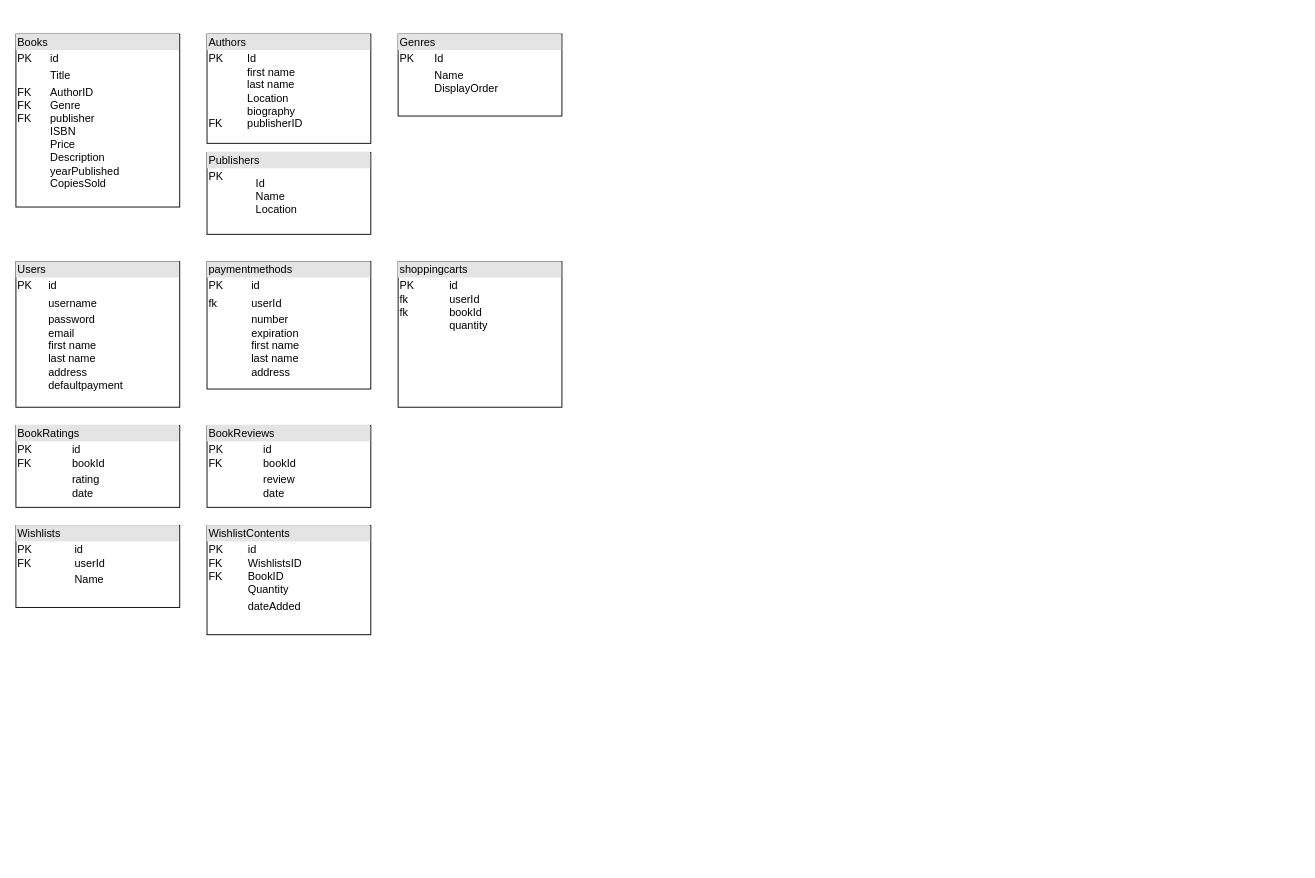
This is Database Schema.drawio from diegomfg/cen-bookapi, a draw.io file, before an edit. Source tidied: cells renumbered, new cells numbered last; positions are measured from the earlier drawing's top-left corner, leaving out a move shared by most shapes. Both pictures are drawn from the tidied source at 91%, with x=0, y=0 at pixel (15, 34).
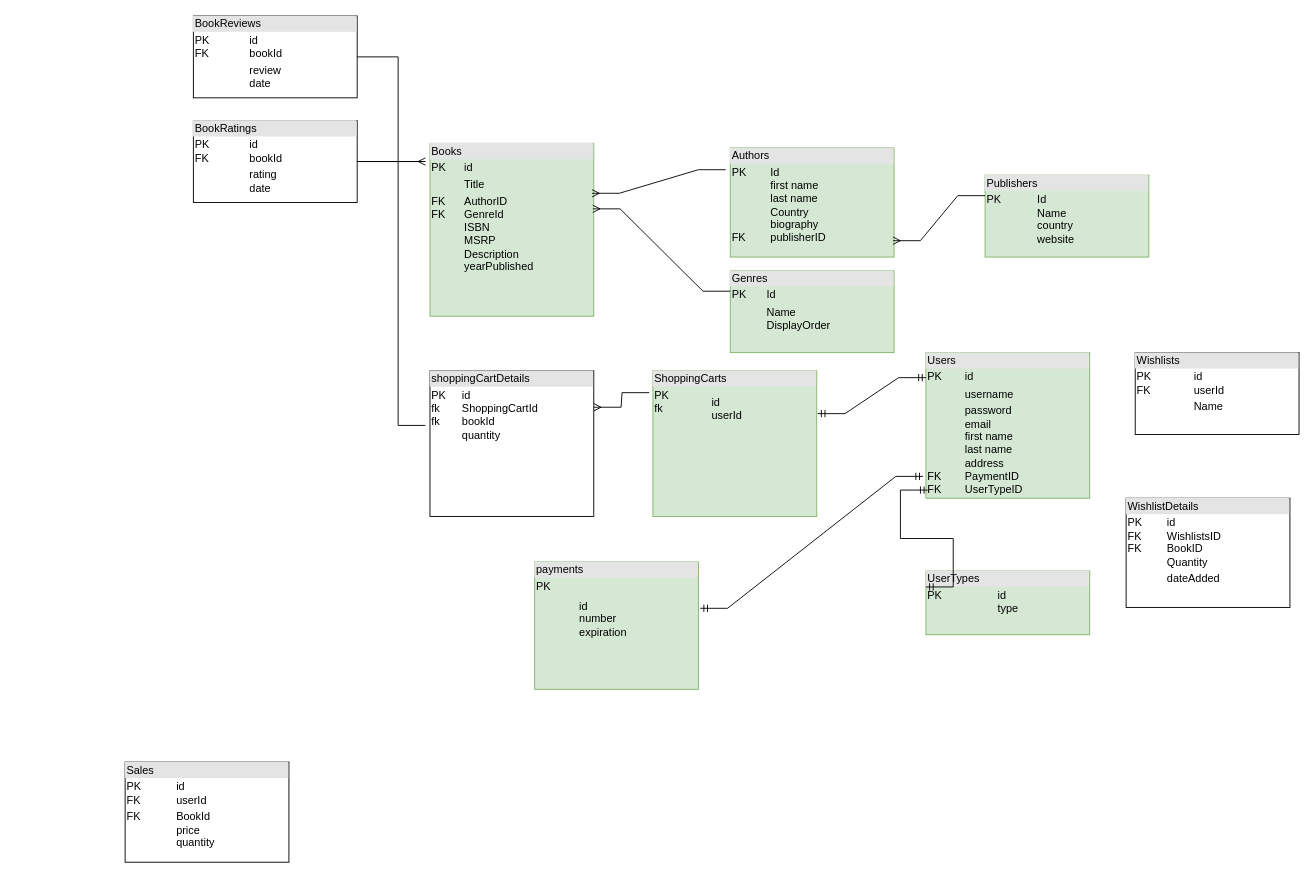
The same diagram, later.

The edit, as a diff of the source:
```diff
@@
-    <mxCell id="2" value="&lt;div style=&quot;box-sizing:border-box;width:100%;background:#e4e4e4;padding:2px;&quot;&gt;Books&lt;/div&gt;&lt;table style=&quot;width:100%;font-size:1em;&quot; cellpadding=&quot;2&quot; cellspacing=&quot;0&quot;&gt;&lt;tbody&gt;&lt;tr&gt;&lt;td&gt;PK&lt;/td&gt;&lt;td&gt;id&lt;/td&gt;&lt;/tr&gt;&lt;tr&gt;&lt;td&gt;&lt;br&gt;&lt;/td&gt;&lt;td&gt;Title&lt;/td&gt;&lt;/tr&gt;&lt;tr&gt;&lt;td&gt;FK&lt;br&gt;FK&lt;br&gt;FK&lt;br&gt;&lt;br&gt;&lt;br&gt;&lt;br&gt;&lt;br&gt;&lt;br&gt;&lt;br&gt;&lt;/td&gt;&lt;td&gt;AuthorID&lt;br&gt;Genre&lt;br&gt;publisher&lt;br&gt;ISBN&lt;br&gt;Price&lt;br&gt;Description&lt;br&gt;yearPublished&lt;br&gt;CopiesSold&lt;br&gt;&lt;br&gt;&lt;/td&gt;&lt;/tr&gt;&lt;/tbody&gt;&lt;/table&gt;" style="verticalAlign=top;align=left;overflow=fill;html=1;whiteSpace=wrap;" parent="1" vertex="1">
-      <mxGeometry width="180" height="190" as="geometry" />
+    <mxCell id="2" value="&lt;div style=&quot;box-sizing:border-box;width:100%;background:#e4e4e4;padding:2px;&quot;&gt;Books&lt;/div&gt;&lt;table style=&quot;width:100%;font-size:1em;&quot; cellpadding=&quot;2&quot; cellspacing=&quot;0&quot;&gt;&lt;tbody&gt;&lt;tr&gt;&lt;td&gt;PK&lt;/td&gt;&lt;td&gt;id&lt;/td&gt;&lt;/tr&gt;&lt;tr&gt;&lt;td&gt;&lt;br&gt;&lt;/td&gt;&lt;td&gt;Title&lt;/td&gt;&lt;/tr&gt;&lt;tr&gt;&lt;td&gt;FK&lt;br&gt;FK&lt;br&gt;&lt;br&gt;&lt;br&gt;&lt;br&gt;&lt;br&gt;&lt;br&gt;&lt;/td&gt;&lt;td&gt;AuthorID&lt;br&gt;GenreId&lt;br&gt;ISBN&lt;br&gt;MSRP&lt;br&gt;Description&lt;br&gt;yearPublished&lt;br&gt;&lt;br&gt;&lt;/td&gt;&lt;/tr&gt;&lt;/tbody&gt;&lt;/table&gt;" style="verticalAlign=top;align=left;overflow=fill;html=1;whiteSpace=wrap;fillColor=#d5e8d4;strokeColor=#82b366;" parent="1" vertex="1">
+      <mxGeometry x="455" y="120" width="180" height="190" as="geometry" />
     </mxCell>
-    <mxCell id="3" value="&lt;div style=&quot;box-sizing:border-box;width:100%;background:#e4e4e4;padding:2px;&quot;&gt;Authors&lt;/div&gt;&lt;table style=&quot;width:100%;font-size:1em;&quot; cellpadding=&quot;2&quot; cellspacing=&quot;0&quot;&gt;&lt;tbody&gt;&lt;tr&gt;&lt;td&gt;PK&lt;br&gt;&lt;br&gt;&lt;br&gt;&lt;br&gt;&lt;br&gt;FK&lt;/td&gt;&lt;td&gt;Id&lt;br&gt;first name&lt;br&gt;last name&lt;br&gt;Location&lt;br&gt;biography&lt;br&gt;publisherID&lt;/td&gt;&lt;/tr&gt;&lt;tr&gt;&lt;td&gt;&lt;br&gt;&lt;/td&gt;&lt;td&gt;&lt;/td&gt;&lt;/tr&gt;&lt;/tbody&gt;&lt;/table&gt;" style="verticalAlign=top;align=left;overflow=fill;html=1;whiteSpace=wrap;" parent="1" vertex="1">
-      <mxGeometry x="210" width="180" height="120" as="geometry" />
+    <mxCell id="3" value="&lt;div style=&quot;box-sizing:border-box;width:100%;background:#e4e4e4;padding:2px;&quot;&gt;Authors&lt;/div&gt;&lt;table style=&quot;width:100%;font-size:1em;&quot; cellpadding=&quot;2&quot; cellspacing=&quot;0&quot;&gt;&lt;tbody&gt;&lt;tr&gt;&lt;td&gt;PK&lt;br&gt;&lt;br&gt;&lt;br&gt;&lt;br&gt;&lt;br&gt;FK&lt;/td&gt;&lt;td&gt;Id&lt;br&gt;first name&lt;br&gt;last name&lt;br&gt;Country&lt;br&gt;biography&lt;br&gt;publisherID&lt;/td&gt;&lt;/tr&gt;&lt;tr&gt;&lt;td&gt;&lt;br&gt;&lt;/td&gt;&lt;td&gt;&lt;/td&gt;&lt;/tr&gt;&lt;/tbody&gt;&lt;/table&gt;" style="verticalAlign=top;align=left;overflow=fill;html=1;whiteSpace=wrap;fillColor=#d5e8d4;strokeColor=#82b366;" parent="1" vertex="1">
+      <mxGeometry x="785" y="125" width="180" height="120" as="geometry" />
     </mxCell>
-    <mxCell id="4" value="&lt;div style=&quot;box-sizing:border-box;width:100%;background:#e4e4e4;padding:2px;&quot;&gt;Genres&lt;/div&gt;&lt;table style=&quot;width:100%;font-size:1em;&quot; cellpadding=&quot;2&quot; cellspacing=&quot;0&quot;&gt;&lt;tbody&gt;&lt;tr&gt;&lt;td&gt;PK&lt;/td&gt;&lt;td&gt;Id&lt;/td&gt;&lt;/tr&gt;&lt;tr&gt;&lt;td&gt;&lt;br&gt;&lt;/td&gt;&lt;td&gt;Name&lt;br&gt;DisplayOrder&lt;/td&gt;&lt;/tr&gt;&lt;/tbody&gt;&lt;/table&gt;" style="verticalAlign=top;align=left;overflow=fill;html=1;whiteSpace=wrap;" parent="1" vertex="1">
-      <mxGeometry x="420" width="180" height="90" as="geometry" />
+    <mxCell id="4" value="&lt;div style=&quot;box-sizing:border-box;width:100%;background:#e4e4e4;padding:2px;&quot;&gt;Genres&lt;/div&gt;&lt;table style=&quot;width:100%;font-size:1em;&quot; cellpadding=&quot;2&quot; cellspacing=&quot;0&quot;&gt;&lt;tbody&gt;&lt;tr&gt;&lt;td&gt;PK&lt;/td&gt;&lt;td&gt;Id&lt;/td&gt;&lt;/tr&gt;&lt;tr&gt;&lt;td&gt;&lt;br&gt;&lt;/td&gt;&lt;td&gt;Name&lt;br&gt;DisplayOrder&lt;/td&gt;&lt;/tr&gt;&lt;/tbody&gt;&lt;/table&gt;" style="verticalAlign=top;align=left;overflow=fill;html=1;whiteSpace=wrap;fillColor=#d5e8d4;strokeColor=#82b366;" parent="1" vertex="1">
+      <mxGeometry x="785" y="260" width="180" height="90" as="geometry" />
     </mxCell>
-    <mxCell id="5" value="&lt;div style=&quot;box-sizing:border-box;width:100%;background:#e4e4e4;padding:2px;&quot;&gt;Publishers&lt;/div&gt;&lt;table style=&quot;width:100%;font-size:1em;&quot; cellpadding=&quot;2&quot; cellspacing=&quot;0&quot;&gt;&lt;tbody&gt;&lt;tr&gt;&lt;td&gt;PK&lt;br&gt;&lt;br&gt;&lt;br&gt;&lt;br&gt;&lt;/td&gt;&lt;td&gt;Id&lt;br&gt;Name&lt;br&gt;Location&lt;/td&gt;&lt;/tr&gt;&lt;tr&gt;&lt;td&gt;&lt;br&gt;&lt;/td&gt;&lt;td&gt;&lt;/td&gt;&lt;/tr&gt;&lt;/tbody&gt;&lt;/table&gt;" style="verticalAlign=top;align=left;overflow=fill;html=1;whiteSpace=wrap;" parent="1" vertex="1">
-      <mxGeometry x="210" y="130" width="180" height="90" as="geometry" />
+    <mxCell id="5" value="&lt;div style=&quot;box-sizing:border-box;width:100%;background:#e4e4e4;padding:2px;&quot;&gt;Publishers&lt;/div&gt;&lt;table style=&quot;width:100%;font-size:1em;&quot; cellpadding=&quot;2&quot; cellspacing=&quot;0&quot;&gt;&lt;tbody&gt;&lt;tr&gt;&lt;td&gt;PK&lt;br&gt;&lt;br&gt;&lt;br&gt;&lt;br&gt;&lt;/td&gt;&lt;td&gt;Id&lt;br&gt;Name&lt;br&gt;country&lt;br&gt;website&lt;/td&gt;&lt;/tr&gt;&lt;tr&gt;&lt;td&gt;&lt;br&gt;&lt;/td&gt;&lt;td&gt;&lt;/td&gt;&lt;/tr&gt;&lt;/tbody&gt;&lt;/table&gt;" style="verticalAlign=top;align=left;overflow=fill;html=1;whiteSpace=wrap;fillColor=#d5e8d4;strokeColor=#82b366;" parent="1" vertex="1">
+      <mxGeometry x="1065" y="155" width="180" height="90" as="geometry" />
     </mxCell>
-    <mxCell id="6" value="&lt;div style=&quot;box-sizing:border-box;width:100%;background:#e4e4e4;padding:2px;&quot;&gt;Users&lt;/div&gt;&lt;table style=&quot;width:100%;font-size:1em;&quot; cellpadding=&quot;2&quot; cellspacing=&quot;0&quot;&gt;&lt;tbody&gt;&lt;tr&gt;&lt;td&gt;PK&lt;/td&gt;&lt;td&gt;id&lt;/td&gt;&lt;/tr&gt;&lt;tr&gt;&lt;td&gt;&lt;br&gt;&lt;/td&gt;&lt;td&gt;username&lt;/td&gt;&lt;/tr&gt;&lt;tr&gt;&lt;td&gt;&lt;br&gt;&lt;br&gt;&lt;br&gt;&lt;br&gt;&lt;br&gt;&lt;/td&gt;&lt;td&gt;password&lt;br&gt;email&lt;br&gt;first name&lt;br&gt;last name&lt;br&gt;address&lt;br&gt;defaultpayment&lt;br&gt;&lt;br&gt;&lt;br&gt;&lt;/td&gt;&lt;/tr&gt;&lt;/tbody&gt;&lt;/table&gt;" style="verticalAlign=top;align=left;overflow=fill;html=1;whiteSpace=wrap;" parent="1" vertex="1">
-      <mxGeometry y="250" width="180" height="160" as="geometry" />
+    <mxCell id="6" value="&lt;div style=&quot;box-sizing:border-box;width:100%;background:#e4e4e4;padding:2px;&quot;&gt;Users&lt;/div&gt;&lt;table style=&quot;width:100%;font-size:1em;&quot; cellpadding=&quot;2&quot; cellspacing=&quot;0&quot;&gt;&lt;tbody&gt;&lt;tr&gt;&lt;td&gt;PK&lt;/td&gt;&lt;td&gt;id&lt;/td&gt;&lt;/tr&gt;&lt;tr&gt;&lt;td&gt;&lt;br&gt;&lt;/td&gt;&lt;td&gt;username&lt;/td&gt;&lt;/tr&gt;&lt;tr&gt;&lt;td&gt;&lt;br&gt;&lt;br&gt;&lt;br&gt;FK&lt;br&gt;FK&lt;/td&gt;&lt;td&gt;password&lt;br&gt;email&lt;br&gt;first name&lt;br&gt;last name&lt;br&gt;address&lt;br&gt;PaymentID&lt;br&gt;UserTypeID&lt;br&gt;&lt;br&gt;&lt;br&gt;&lt;/td&gt;&lt;/tr&gt;&lt;/tbody&gt;&lt;/table&gt;" style="verticalAlign=top;align=left;overflow=fill;html=1;whiteSpace=wrap;fillColor=#d5e8d4;strokeColor=#82b366;" parent="1" vertex="1">
+      <mxGeometry x="1000" y="350" width="180" height="160" as="geometry" />
     </mxCell>
-    <mxCell id="7" value="&lt;div style=&quot;box-sizing:border-box;width:100%;background:#e4e4e4;padding:2px;&quot;&gt;paymentmethods&lt;/div&gt;&lt;table style=&quot;width:100%;font-size:1em;&quot; cellpadding=&quot;2&quot; cellspacing=&quot;0&quot;&gt;&lt;tbody&gt;&lt;tr&gt;&lt;td&gt;PK&lt;/td&gt;&lt;td&gt;id&lt;/td&gt;&lt;/tr&gt;&lt;tr&gt;&lt;td&gt;fk&lt;/td&gt;&lt;td&gt;userId&lt;/td&gt;&lt;/tr&gt;&lt;tr&gt;&lt;td&gt;&lt;br&gt;&lt;br&gt;&lt;br&gt;&lt;br&gt;&lt;br&gt;&lt;/td&gt;&lt;td&gt;number&lt;br&gt;expiration&lt;br&gt;first name&lt;br&gt;last name&lt;br&gt;address&lt;br&gt;&lt;br&gt;&lt;/td&gt;&lt;/tr&gt;&lt;/tbody&gt;&lt;/table&gt;" style="verticalAlign=top;align=left;overflow=fill;html=1;whiteSpace=wrap;" parent="1" vertex="1">
-      <mxGeometry x="210" y="250" width="180" height="140" as="geometry" />
+    <mxCell id="7" value="&lt;div style=&quot;box-sizing:border-box;width:100%;background:#e4e4e4;padding:2px;&quot;&gt;payments&lt;/div&gt;&lt;table style=&quot;width:100%;font-size:1em;&quot; cellpadding=&quot;2&quot; cellspacing=&quot;0&quot;&gt;&lt;tbody&gt;&lt;tr&gt;&lt;td&gt;PK&lt;br&gt;&lt;br&gt;&lt;br&gt;&lt;br&gt;&lt;br&gt;&lt;br&gt;&lt;/td&gt;&lt;td&gt;id&lt;br&gt;number&lt;br style=&quot;--tw-translate-x: 0; --tw-translate-y: 0; --tw-rotate: 0; --tw-skew-x: 0; --tw-skew-y: 0; --tw-scale-x: 1; --tw-scale-y: 1; --tw-pan-x: ; --tw-pan-y: ; --tw-pinch-zoom: ; --tw-scroll-snap-strictness: proximity; --tw-ordinal: ; --tw-slashed-zero: ; --tw-numeric-figure: ; --tw-numeric-spacing: ; --tw-numeric-fraction: ; --tw-ring-inset: ; --tw-ring-offset-width: 0px; --tw-ring-offset-color: #fff; --tw-ring-color: rgb(59 130 246 / .5); --tw-ring-offset-shadow: 0 0 #0000; --tw-ring-shadow: 0 0 #0000; --tw-shadow: 0 0 #0000; --tw-shadow-colored: 0 0 #0000; --tw-blur: ; --tw-brightness: ; --tw-contrast: ; --tw-grayscale: ; --tw-hue-rotate: ; --tw-invert: ; --tw-saturate: ; --tw-sepia: ; --tw-drop-shadow: ; --tw-backdrop-blur: ; --tw-backdrop-brightness: ; --tw-backdrop-contrast: ; --tw-backdrop-grayscale: ; --tw-backdrop-hue-rotate: ; --tw-backdrop-invert: ; --tw-backdrop-opacity: ; --tw-backdrop-saturate: ; --tw-backdrop-sepia: ; border-color: var(--border-color);&quot;&gt;expiration&lt;br&gt;&lt;/td&gt;&lt;/tr&gt;&lt;tr&gt;&lt;td&gt;&lt;br&gt;&lt;/td&gt;&lt;td&gt;&lt;br&gt;&lt;/td&gt;&lt;/tr&gt;&lt;tr&gt;&lt;td&gt;&lt;br&gt;&lt;/td&gt;&lt;td&gt;&lt;br&gt;&lt;br&gt;&lt;/td&gt;&lt;/tr&gt;&lt;/tbody&gt;&lt;/table&gt;" style="verticalAlign=top;align=left;overflow=fill;html=1;whiteSpace=wrap;fillColor=#d5e8d4;strokeColor=#82b366;" parent="1" vertex="1">
+      <mxGeometry x="570" y="580" width="180" height="140" as="geometry" />
     </mxCell>
-    <mxCell id="8" value="&lt;div style=&quot;box-sizing:border-box;width:100%;background:#e4e4e4;padding:2px;&quot;&gt;shoppingcarts&lt;/div&gt;&lt;table style=&quot;width:100%;font-size:1em;&quot; cellpadding=&quot;2&quot; cellspacing=&quot;0&quot;&gt;&lt;tbody&gt;&lt;tr&gt;&lt;td&gt;PK&lt;br&gt;fk&lt;br&gt;fk&lt;br&gt;&lt;br&gt;&lt;/td&gt;&lt;td&gt;id&lt;br&gt;userId&lt;br&gt;bookId&lt;br&gt;quantity&lt;br&gt;&lt;/td&gt;&lt;/tr&gt;&lt;tr&gt;&lt;td&gt;&lt;br&gt;&lt;/td&gt;&lt;td&gt;&lt;/td&gt;&lt;/tr&gt;&lt;tr&gt;&lt;td&gt;&lt;/td&gt;&lt;td&gt;&lt;br&gt;&lt;br&gt;&lt;br&gt;&lt;/td&gt;&lt;/tr&gt;&lt;/tbody&gt;&lt;/table&gt;" style="verticalAlign=top;align=left;overflow=fill;html=1;whiteSpace=wrap;" parent="1" vertex="1">
-      <mxGeometry x="420" y="250" width="180" height="160" as="geometry" />
+    <mxCell id="8" value="&lt;div style=&quot;box-sizing:border-box;width:100%;background:#e4e4e4;padding:2px;&quot;&gt;ShoppingCarts&lt;/div&gt;&lt;table style=&quot;width:100%;font-size:1em;&quot; cellpadding=&quot;2&quot; cellspacing=&quot;0&quot;&gt;&lt;tbody&gt;&lt;tr&gt;&lt;td&gt;PK&lt;br&gt;fk&lt;br&gt;&lt;br&gt;&lt;/td&gt;&lt;td&gt;id&lt;br&gt;userId&lt;br&gt;&lt;/td&gt;&lt;/tr&gt;&lt;tr&gt;&lt;td&gt;&lt;br&gt;&lt;/td&gt;&lt;td&gt;&lt;/td&gt;&lt;/tr&gt;&lt;tr&gt;&lt;td&gt;&lt;/td&gt;&lt;td&gt;&lt;br&gt;&lt;br&gt;&lt;br&gt;&lt;/td&gt;&lt;/tr&gt;&lt;/tbody&gt;&lt;/table&gt;" style="verticalAlign=top;align=left;overflow=fill;html=1;whiteSpace=wrap;fillColor=#d5e8d4;strokeColor=#82b366;" parent="1" vertex="1">
+      <mxGeometry x="700" y="370" width="180" height="160" as="geometry" />
     </mxCell>
     <mxCell id="9" value="&lt;div style=&quot;box-sizing:border-box;width:100%;background:#e4e4e4;padding:2px;&quot;&gt;BookRatings&lt;/div&gt;&lt;table style=&quot;width:100%;font-size:1em;&quot; cellpadding=&quot;2&quot; cellspacing=&quot;0&quot;&gt;&lt;tbody&gt;&lt;tr&gt;&lt;td&gt;PK&lt;br&gt;FK&lt;/td&gt;&lt;td&gt;id&lt;br&gt;bookId&lt;/td&gt;&lt;/tr&gt;&lt;tr&gt;&lt;td&gt;&lt;br&gt;&lt;/td&gt;&lt;td&gt;rating&lt;br&gt;date&lt;/td&gt;&lt;/tr&gt;&lt;tr&gt;&lt;td&gt;&lt;/td&gt;&lt;td&gt;&lt;br&gt;&lt;br&gt;&lt;br&gt;&lt;/td&gt;&lt;/tr&gt;&lt;/tbody&gt;&lt;/table&gt;" style="verticalAlign=top;align=left;overflow=fill;html=1;whiteSpace=wrap;" parent="1" vertex="1">
-      <mxGeometry y="430" width="180" height="90" as="geometry" />
+      <mxGeometry x="195" y="95" width="180" height="90" as="geometry" />
     </mxCell>
     <mxCell id="10" value="&lt;div style=&quot;box-sizing:border-box;width:100%;background:#e4e4e4;padding:2px;&quot;&gt;BookReviews&lt;/div&gt;&lt;table style=&quot;width:100%;font-size:1em;&quot; cellpadding=&quot;2&quot; cellspacing=&quot;0&quot;&gt;&lt;tbody&gt;&lt;tr&gt;&lt;td&gt;PK&lt;br&gt;FK&lt;/td&gt;&lt;td&gt;id&lt;br&gt;bookId&lt;br&gt;&lt;/td&gt;&lt;/tr&gt;&lt;tr&gt;&lt;td&gt;&lt;br&gt;&lt;br&gt;&lt;/td&gt;&lt;td&gt;review&lt;br&gt;date&lt;/td&gt;&lt;/tr&gt;&lt;tr&gt;&lt;td&gt;&lt;/td&gt;&lt;td&gt;&lt;br&gt;&lt;br&gt;&lt;br&gt;&lt;/td&gt;&lt;/tr&gt;&lt;/tbody&gt;&lt;/table&gt;" style="verticalAlign=top;align=left;overflow=fill;html=1;whiteSpace=wrap;" parent="1" vertex="1">
-      <mxGeometry x="210" y="430" width="180" height="90" as="geometry" />
+      <mxGeometry x="195" y="-20" width="180" height="90" as="geometry" />
     </mxCell>
     <mxCell id="11" value="&lt;div style=&quot;box-sizing:border-box;width:100%;background:#e4e4e4;padding:2px;&quot;&gt;Wishlists&lt;/div&gt;&lt;table style=&quot;width:100%;font-size:1em;&quot; cellpadding=&quot;2&quot; cellspacing=&quot;0&quot;&gt;&lt;tbody&gt;&lt;tr&gt;&lt;td&gt;PK&lt;br&gt;FK&lt;/td&gt;&lt;td&gt;id&lt;br&gt;userId&lt;/td&gt;&lt;/tr&gt;&lt;tr&gt;&lt;td&gt;&lt;br&gt;&lt;/td&gt;&lt;td&gt;Name&lt;/td&gt;&lt;/tr&gt;&lt;tr&gt;&lt;td&gt;&lt;/td&gt;&lt;td&gt;&lt;br&gt;&lt;br&gt;&lt;br&gt;&lt;/td&gt;&lt;/tr&gt;&lt;/tbody&gt;&lt;/table&gt;" style="verticalAlign=top;align=left;overflow=fill;html=1;whiteSpace=wrap;" parent="1" vertex="1">
-      <mxGeometry y="540" width="180" height="90" as="geometry" />
+      <mxGeometry x="1230" y="350" width="180" height="90" as="geometry" />
     </mxCell>
-    <mxCell id="12" value="&lt;div style=&quot;box-sizing:border-box;width:100%;background:#e4e4e4;padding:2px;&quot;&gt;WishlistContents&lt;/div&gt;&lt;table style=&quot;width:100%;font-size:1em;&quot; cellpadding=&quot;2&quot; cellspacing=&quot;0&quot;&gt;&lt;tbody&gt;&lt;tr&gt;&lt;td&gt;PK&lt;br&gt;FK&lt;br&gt;FK&lt;br&gt;&lt;br&gt;&lt;/td&gt;&lt;td&gt;id&lt;br&gt;WishlistsID&lt;br&gt;BookID&lt;br&gt;Quantity&lt;/td&gt;&lt;/tr&gt;&lt;tr&gt;&lt;td&gt;&lt;br&gt;&lt;/td&gt;&lt;td&gt;dateAdded&lt;/td&gt;&lt;/tr&gt;&lt;tr&gt;&lt;td&gt;&lt;/td&gt;&lt;td&gt;&lt;br&gt;&lt;br&gt;&lt;br&gt;&lt;/td&gt;&lt;/tr&gt;&lt;/tbody&gt;&lt;/table&gt;" style="verticalAlign=top;align=left;overflow=fill;html=1;whiteSpace=wrap;" parent="1" vertex="1">
-      <mxGeometry x="210" y="540" width="180" height="120" as="geometry" />
+    <mxCell id="12" value="&lt;div style=&quot;box-sizing:border-box;width:100%;background:#e4e4e4;padding:2px;&quot;&gt;WishlistDetails&lt;/div&gt;&lt;table style=&quot;width:100%;font-size:1em;&quot; cellpadding=&quot;2&quot; cellspacing=&quot;0&quot;&gt;&lt;tbody&gt;&lt;tr&gt;&lt;td&gt;PK&lt;br&gt;FK&lt;br&gt;FK&lt;br&gt;&lt;br&gt;&lt;/td&gt;&lt;td&gt;id&lt;br&gt;WishlistsID&lt;br&gt;BookID&lt;br&gt;Quantity&lt;/td&gt;&lt;/tr&gt;&lt;tr&gt;&lt;td&gt;&lt;br&gt;&lt;/td&gt;&lt;td&gt;dateAdded&lt;/td&gt;&lt;/tr&gt;&lt;tr&gt;&lt;td&gt;&lt;/td&gt;&lt;td&gt;&lt;br&gt;&lt;br&gt;&lt;br&gt;&lt;/td&gt;&lt;/tr&gt;&lt;/tbody&gt;&lt;/table&gt;" style="verticalAlign=top;align=left;overflow=fill;html=1;whiteSpace=wrap;" parent="1" vertex="1">
+      <mxGeometry x="1220" y="510" width="180" height="120" as="geometry" />
     </mxCell>
+    <mxCell id="13" value="&lt;div style=&quot;box-sizing:border-box;width:100%;background:#e4e4e4;padding:2px;&quot;&gt;Sales&lt;/div&gt;&lt;table style=&quot;width:100%;font-size:1em;&quot; cellpadding=&quot;2&quot; cellspacing=&quot;0&quot;&gt;&lt;tbody&gt;&lt;tr&gt;&lt;td&gt;PK&lt;br&gt;FK&lt;/td&gt;&lt;td&gt;id&lt;br&gt;userId&lt;/td&gt;&lt;/tr&gt;&lt;tr&gt;&lt;td&gt;FK&lt;br&gt;&lt;br&gt;&lt;br&gt;&lt;/td&gt;&lt;td&gt;BookId&lt;br&gt;price&lt;br&gt;quantity&lt;/td&gt;&lt;/tr&gt;&lt;tr&gt;&lt;td&gt;&lt;br&gt;&lt;/td&gt;&lt;td&gt;&lt;br&gt;&lt;br&gt;&lt;br&gt;&lt;/td&gt;&lt;/tr&gt;&lt;/tbody&gt;&lt;/table&gt;" style="verticalAlign=top;align=left;overflow=fill;html=1;whiteSpace=wrap;" parent="1" vertex="1">
+      <mxGeometry x="120" y="800" width="180" height="110" as="geometry" />
+    </mxCell>
+    <mxCell id="14" style="edgeStyle=entityRelationEdgeStyle;fontSize=12;html=1;endArrow=ERmany;rounded=0;fontFamily=Helvetica;fontColor=default;exitX=-0.028;exitY=0.2;exitDx=0;exitDy=0;exitPerimeter=0;entryX=0.989;entryY=0.289;entryDx=0;entryDy=0;entryPerimeter=0;" parent="1" edge="1" source="3" target="2">
+      <mxGeometry relative="1" as="geometry" />
+    </mxCell>
+    <mxCell id="15" style="edgeStyle=entityRelationEdgeStyle;fontSize=12;html=1;endArrow=ERmany;rounded=0;fontFamily=Helvetica;fontColor=default;exitX=0;exitY=0.25;exitDx=0;exitDy=0;entryX=0.994;entryY=0.85;entryDx=0;entryDy=0;entryPerimeter=0;" parent="1" edge="1" source="5" target="3">
+      <mxGeometry relative="1" as="geometry" />
+    </mxCell>
+    <mxCell id="16" style="edgeStyle=entityRelationEdgeStyle;fontSize=12;html=1;endArrow=ERmany;rounded=0;fontFamily=Helvetica;fontColor=default;exitX=0;exitY=0.25;exitDx=0;exitDy=0;entryX=0.994;entryY=0.379;entryDx=0;entryDy=0;entryPerimeter=0;" parent="1" edge="1" source="4" target="2">
+      <mxGeometry relative="1" as="geometry" />
+    </mxCell>
+    <mxCell id="17" value="&lt;div style=&quot;box-sizing:border-box;width:100%;background:#e4e4e4;padding:2px;&quot;&gt;UserTypes&lt;/div&gt;&lt;table style=&quot;width:100%;font-size:1em;&quot; cellpadding=&quot;2&quot; cellspacing=&quot;0&quot;&gt;&lt;tbody&gt;&lt;tr&gt;&lt;td&gt;PK&lt;br&gt;&lt;br&gt;&lt;/td&gt;&lt;td&gt;id&lt;br&gt;type&lt;/td&gt;&lt;/tr&gt;&lt;tr&gt;&lt;td&gt;&lt;/td&gt;&lt;td&gt;&lt;br&gt;&lt;/td&gt;&lt;/tr&gt;&lt;tr&gt;&lt;td&gt;&lt;/td&gt;&lt;td&gt;&lt;br&gt;&lt;br&gt;&lt;br&gt;&lt;/td&gt;&lt;/tr&gt;&lt;/tbody&gt;&lt;/table&gt;" style="verticalAlign=top;align=left;overflow=fill;html=1;whiteSpace=wrap;fillColor=#d5e8d4;strokeColor=#82b366;" parent="1" vertex="1">
+      <mxGeometry x="1000" y="590" width="180" height="70" as="geometry" />
+    </mxCell>
+    <mxCell id="18" style="edgeStyle=entityRelationEdgeStyle;fontSize=12;html=1;endArrow=ERmandOne;startArrow=ERmandOne;rounded=0;fontFamily=Helvetica;fontColor=default;exitX=1.011;exitY=0.364;exitDx=0;exitDy=0;exitPerimeter=0;entryX=-0.017;entryY=0.85;entryDx=0;entryDy=0;entryPerimeter=0;" parent="1" edge="1" source="7" target="6">
+      <mxGeometry relative="1" as="geometry" />
+    </mxCell>
+    <mxCell id="19" value="&lt;div style=&quot;box-sizing:border-box;width:100%;background:#e4e4e4;padding:2px;&quot;&gt;shoppingCartDetails&lt;/div&gt;&lt;table style=&quot;width:100%;font-size:1em;&quot; cellpadding=&quot;2&quot; cellspacing=&quot;0&quot;&gt;&lt;tbody&gt;&lt;tr&gt;&lt;td&gt;PK&lt;br&gt;fk&lt;br&gt;fk&lt;br&gt;&lt;br&gt;&lt;/td&gt;&lt;td&gt;id&lt;br&gt;ShoppingCartId&lt;br&gt;bookId&lt;br&gt;quantity&lt;br&gt;&lt;/td&gt;&lt;/tr&gt;&lt;tr&gt;&lt;td&gt;&lt;br&gt;&lt;/td&gt;&lt;td&gt;&lt;/td&gt;&lt;/tr&gt;&lt;tr&gt;&lt;td&gt;&lt;/td&gt;&lt;td&gt;&lt;br&gt;&lt;br&gt;&lt;br&gt;&lt;/td&gt;&lt;/tr&gt;&lt;/tbody&gt;&lt;/table&gt;" style="verticalAlign=top;align=left;overflow=fill;html=1;whiteSpace=wrap;" parent="1" vertex="1">
+      <mxGeometry x="455" y="370" width="180" height="160" as="geometry" />
+    </mxCell>
+    <mxCell id="20" style="edgeStyle=entityRelationEdgeStyle;fontSize=12;html=1;endArrow=ERmandOne;startArrow=ERmandOne;rounded=0;fontFamily=Helvetica;fontColor=default;exitX=0;exitY=0.25;exitDx=0;exitDy=0;entryX=0.011;entryY=0.944;entryDx=0;entryDy=0;entryPerimeter=0;" parent="1" edge="1" source="17" target="6">
+      <mxGeometry relative="1" as="geometry">
+        <Array as="points">
+          <mxPoint x="960" y="570" />
+          <mxPoint x="970" y="600" />
+          <mxPoint x="1000" y="530" />
+        </Array>
+      </mxGeometry>
+    </mxCell>
+    <mxCell id="21" style="edgeStyle=entityRelationEdgeStyle;fontSize=12;html=1;endArrow=ERmandOne;startArrow=ERmandOne;rounded=0;fontFamily=Helvetica;fontColor=default;exitX=1.006;exitY=0.294;exitDx=0;exitDy=0;exitPerimeter=0;entryX=-0.017;entryY=0.85;entryDx=0;entryDy=0;entryPerimeter=0;" parent="1" edge="1" source="8">
+      <mxGeometry relative="1" as="geometry">
+        <mxPoint x="1000" y="377.5" as="targetPoint" />
+      </mxGeometry>
+    </mxCell>
+    <mxCell id="22" style="edgeStyle=entityRelationEdgeStyle;fontSize=12;html=1;endArrow=ERmany;rounded=0;fontFamily=Helvetica;fontColor=default;exitX=-0.022;exitY=0.15;exitDx=0;exitDy=0;exitPerimeter=0;entryX=1;entryY=0.25;entryDx=0;entryDy=0;" parent="1" edge="1" source="8" target="19">
+      <mxGeometry relative="1" as="geometry" />
+    </mxCell>
+    <mxCell id="23" style="edgeStyle=entityRelationEdgeStyle;fontSize=12;html=1;endArrow=ERmany;rounded=0;fontFamily=Helvetica;fontColor=default;exitX=1;exitY=0.5;exitDx=0;exitDy=0;" parent="1" edge="1" source="9">
+      <mxGeometry relative="1" as="geometry">
+        <mxPoint x="450" y="140" as="targetPoint" />
+        <Array as="points">
+          <mxPoint x="450" y="360" />
+          <mxPoint x="330" y="360" />
+          <mxPoint x="310" y="340" />
+          <mxPoint x="400" y="350" />
+        </Array>
+      </mxGeometry>
+    </mxCell>
+    <mxCell id="24" style="endArrow=none;html=1;rounded=0;fontFamily=Helvetica;fontSize=12;fontColor=default;exitX=1;exitY=0.5;exitDx=0;exitDy=0;" parent="1" edge="1" source="9">
+      <mxGeometry relative="1" as="geometry">
+        <mxPoint x="450" y="140" as="targetPoint" />
+      </mxGeometry>
+    </mxCell>
+    <mxCell id="25" style="endArrow=none;html=1;rounded=0;fontFamily=Helvetica;fontSize=12;fontColor=default;exitX=1;exitY=0.5;exitDx=0;exitDy=0;" parent="1" edge="1" source="10">
+      <mxGeometry relative="1" as="geometry">
+        <mxPoint x="420" y="140" as="targetPoint" />
+        <Array as="points">
+          <mxPoint x="420" y="25" />
+        </Array>
+      </mxGeometry>
+    </mxCell>
+    <mxCell id="26" style="endArrow=none;html=1;rounded=0;fontFamily=Helvetica;fontSize=12;fontColor=default;" parent="1" edge="1">
+      <mxGeometry relative="1" as="geometry">
+        <mxPoint x="420" y="140" as="sourcePoint" />
+        <mxPoint x="450" y="430" as="targetPoint" />
+        <Array as="points">
+          <mxPoint x="420" y="430" />
+        </Array>
+      </mxGeometry>
+    </mxCell>
```
